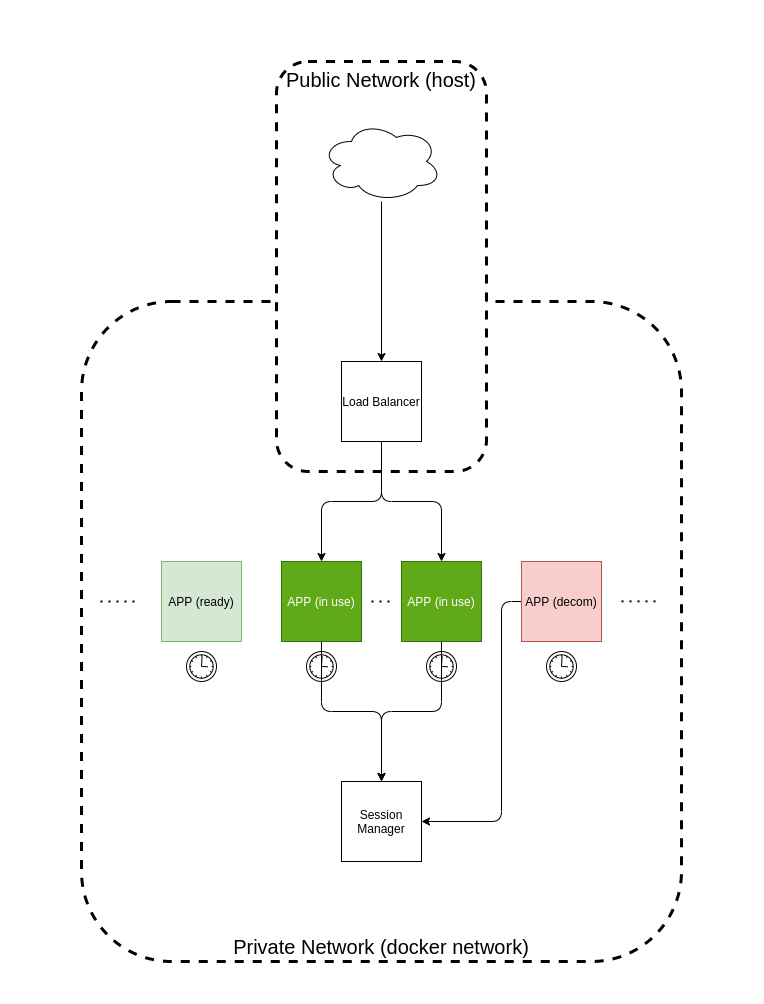
This is doc/system.png from matkob/mtd, a draw.io export, as it was before one commit. Source tidied: cells renumbered, new cells last; positions are measured from the earlier drawing's top-left corner, leaving out a move shared by most shapes. Source of this version:
```xml
<mxGraphModel>
  <root>
    <mxCell id="0" />
    <mxCell id="1" parent="0" />
    <mxCell id="2" value="Private Network (docker network)" style="rounded=1;whiteSpace=wrap;html=1;verticalAlign=bottom;fontSize=20;dashed=1;strokeWidth=3;" parent="1" vertex="1">
      <mxGeometry x="80" y="300" width="600" height="660" as="geometry" />
    </mxCell>
    <mxCell id="3" value="Public Network (host)" style="rounded=1;whiteSpace=wrap;html=1;fontSize=20;dashed=1;strokeWidth=3;verticalAlign=top;" parent="1" vertex="1">
      <mxGeometry x="275" y="60" width="210" height="410" as="geometry" />
    </mxCell>
    <mxCell id="4" style="shape=mxgraph.bpmn.shape;html=1;verticalLabelPosition=bottom;labelBackgroundColor=#ffffff;verticalAlign=top;align=center;perimeter=ellipsePerimeter;outline=eventInt;symbol=timer;" parent="1" vertex="1">
      <mxGeometry x="185" y="650" width="30" height="30" as="geometry" />
    </mxCell>
    <mxCell id="5" value="APP (ready)" style="rounded=0;whiteSpace=wrap;html=1;fillColor=#d5e8d4;strokeColor=#82b366;" parent="1" vertex="1">
      <mxGeometry x="160" y="560" width="80" height="80" as="geometry" />
    </mxCell>
    <mxCell id="6" style="shape=mxgraph.bpmn.shape;html=1;verticalLabelPosition=bottom;labelBackgroundColor=#ffffff;verticalAlign=top;align=center;perimeter=ellipsePerimeter;outline=eventInt;symbol=timer;" parent="1" vertex="1">
      <mxGeometry x="305" y="650" width="30" height="30" as="geometry" />
    </mxCell>
    <mxCell id="7" style="edgeStyle=orthogonalEdgeStyle;rounded=1;jettySize=auto;html=1;entryX=0.5;entryY=0;entryDx=0;entryDy=0;fontSize=20;" parent="1" edge="1" source="8" target="20">
      <mxGeometry relative="1" as="geometry" />
    </mxCell>
    <mxCell id="8" value="APP (in use)" style="rounded=0;whiteSpace=wrap;html=1;fillColor=#60a917;strokeColor=#2D7600;fontColor=#ffffff;" parent="1" vertex="1">
      <mxGeometry x="280" y="560" width="80" height="80" as="geometry" />
    </mxCell>
    <mxCell id="9" style="shape=mxgraph.bpmn.shape;html=1;verticalLabelPosition=bottom;labelBackgroundColor=#ffffff;verticalAlign=top;align=center;perimeter=ellipsePerimeter;outline=eventInt;symbol=timer;" parent="1" vertex="1">
      <mxGeometry x="425" y="650" width="30" height="30" as="geometry" />
    </mxCell>
    <mxCell id="10" style="edgeStyle=orthogonalEdgeStyle;rounded=1;jettySize=auto;html=1;entryX=0.5;entryY=0;entryDx=0;entryDy=0;fontSize=20;" parent="1" edge="1" source="11" target="20">
      <mxGeometry relative="1" as="geometry" />
    </mxCell>
    <mxCell id="11" value="APP (in use)" style="rounded=0;whiteSpace=wrap;html=1;fillColor=#60a917;strokeColor=#2D7600;fontColor=#ffffff;" parent="1" vertex="1">
      <mxGeometry x="400" y="560" width="80" height="80" as="geometry" />
    </mxCell>
    <mxCell id="12" style="shape=mxgraph.bpmn.shape;html=1;verticalLabelPosition=bottom;labelBackgroundColor=#ffffff;verticalAlign=top;align=center;perimeter=ellipsePerimeter;outline=eventInt;symbol=timer;" parent="1" vertex="1">
      <mxGeometry x="545" y="650" width="30" height="30" as="geometry" />
    </mxCell>
    <mxCell id="13" style="edgeStyle=orthogonalEdgeStyle;rounded=1;jettySize=auto;html=1;entryX=1;entryY=0.5;entryDx=0;entryDy=0;fontSize=20;" parent="1" edge="1" source="14" target="20">
      <mxGeometry relative="1" as="geometry">
        <Array as="points">
          <mxPoint x="500" y="600" />
          <mxPoint x="500" y="820" />
        </Array>
      </mxGeometry>
    </mxCell>
    <mxCell id="14" value="APP (decom)" style="rounded=0;whiteSpace=wrap;html=1;fillColor=#f8cecc;strokeColor=#b85450;" parent="1" vertex="1">
      <mxGeometry x="520" y="560" width="80" height="80" as="geometry" />
    </mxCell>
    <mxCell id="15" style="edgeStyle=orthogonalEdgeStyle;rounded=1;jettySize=auto;html=1;entryX=0.5;entryY=0;entryDx=0;entryDy=0;" parent="1" edge="1" source="17" target="8">
      <mxGeometry relative="1" as="geometry" />
    </mxCell>
    <mxCell id="16" style="edgeStyle=orthogonalEdgeStyle;rounded=1;jettySize=auto;html=1;" parent="1" edge="1" source="17" target="11">
      <mxGeometry relative="1" as="geometry" />
    </mxCell>
    <mxCell id="17" value="Load Balancer" style="rounded=0;whiteSpace=wrap;html=1;" parent="1" vertex="1">
      <mxGeometry x="340" y="360" width="80" height="80" as="geometry" />
    </mxCell>
    <mxCell id="18" style="edgeStyle=orthogonalEdgeStyle;rounded=1;jettySize=auto;html=1;entryX=0.5;entryY=0;entryDx=0;entryDy=0;fontSize=20;" parent="1" edge="1" source="19" target="17">
      <mxGeometry relative="1" as="geometry" />
    </mxCell>
    <mxCell id="19" style="ellipse;shape=cloud;whiteSpace=wrap;html=1;fontSize=20;" parent="1" vertex="1">
      <mxGeometry x="320" y="120" width="120" height="80" as="geometry" />
    </mxCell>
    <mxCell id="20" value="Session Manager" style="rounded=0;whiteSpace=wrap;html=1;" parent="1" vertex="1">
      <mxGeometry x="340" y="780" width="80" height="80" as="geometry" />
    </mxCell>
    <mxCell id="21" style="endArrow=none;dashed=1;html=1;dashPattern=1 3;strokeWidth=2;fontSize=20;" parent="1" edge="1">
      <mxGeometry relative="1" as="geometry">
        <mxPoint x="99" y="600" as="sourcePoint" />
        <mxPoint x="139" y="600" as="targetPoint" />
        <Array as="points">
          <mxPoint x="120" y="600" />
        </Array>
      </mxGeometry>
    </mxCell>
    <mxCell id="22" style="endArrow=none;dashed=1;html=1;dashPattern=1 3;strokeWidth=2;fontSize=20;" parent="1" edge="1">
      <mxGeometry relative="1" as="geometry">
        <mxPoint x="620" y="599.9" as="sourcePoint" />
        <mxPoint x="660" y="599.9" as="targetPoint" />
      </mxGeometry>
    </mxCell>
    <mxCell id="23" style="endArrow=none;dashed=1;html=1;dashPattern=1 3;strokeWidth=2;fontSize=20;" parent="1" edge="1">
      <mxGeometry relative="1" as="geometry">
        <mxPoint x="370" y="600" as="sourcePoint" />
        <mxPoint x="390" y="600" as="targetPoint" />
      </mxGeometry>
    </mxCell>
    <mxCell id="24" style="endArrow=none;html=1;strokeColor=#FFFFFF;strokeWidth=3;" parent="1" edge="1">
      <mxGeometry relative="1" as="geometry">
        <mxPoint y="1000" as="sourcePoint" />
        <mxPoint x="760" y="1000" as="targetPoint" />
      </mxGeometry>
    </mxCell>
    <mxCell id="25" style="endArrow=none;html=1;strokeColor=#FFFFFF;strokeWidth=3;" parent="1" edge="1">
      <mxGeometry relative="1" as="geometry">
        <mxPoint x="760" as="sourcePoint" />
        <mxPoint x="760" y="1000" as="targetPoint" />
      </mxGeometry>
    </mxCell>
  </root>
</mxGraphModel>
```
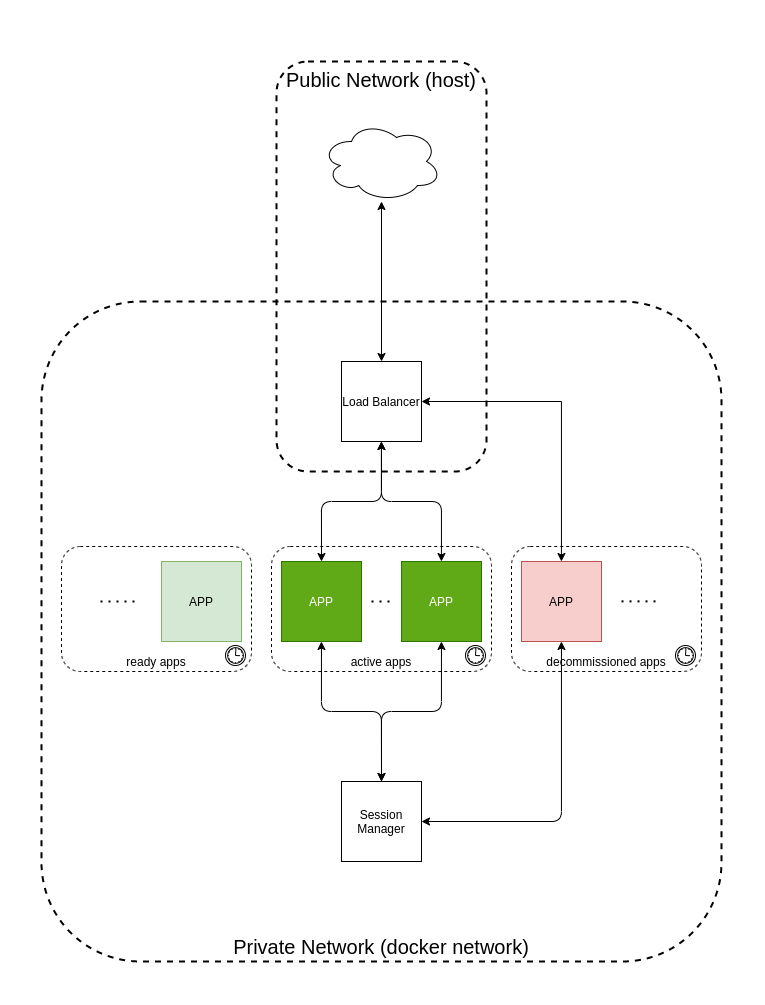
Later version of the same file.

The edit, as a diff of the source:
```diff
@@ -2,60 +2,66 @@
   <root>
     <mxCell id="0" />
     <mxCell id="1" parent="0" />
+    <mxCell id="26" value="ready apps" style="rounded=1;whiteSpace=wrap;html=1;strokeWidth=1;fillColor=none;dashed=1;verticalAlign=bottom;" parent="1" vertex="1">
+      <mxGeometry x="60" y="545" width="190" height="125" as="geometry" />
+    </mxCell>
-    <mxCell id="2" value="Private Network (docker network)" style="rounded=1;whiteSpace=wrap;html=1;verticalAlign=bottom;fontSize=20;dashed=1;strokeWidth=3;" parent="1" vertex="1">
-      <mxGeometry x="80" y="300" width="600" height="660" as="geometry" />
+    <mxCell id="2" value="Private Network (docker network)" style="rounded=1;whiteSpace=wrap;html=1;verticalAlign=bottom;fontSize=20;dashed=1;strokeWidth=2;fillColor=none;" parent="1" vertex="1">
+      <mxGeometry x="40" y="300" width="680" height="660" as="geometry" />
     </mxCell>
+    <mxCell id="27" value="decommissioned apps" style="rounded=1;whiteSpace=wrap;html=1;strokeWidth=1;fillColor=none;dashed=1;verticalAlign=bottom;" parent="1" vertex="1">
+      <mxGeometry x="510" y="545" width="190" height="125" as="geometry" />
+    </mxCell>
+    <mxCell id="28" value="active apps" style="rounded=1;whiteSpace=wrap;html=1;strokeWidth=1;fillColor=none;dashed=1;verticalAlign=bottom;" parent="1" vertex="1">
+      <mxGeometry x="270" y="545" width="220" height="125" as="geometry" />
+    </mxCell>
+    <mxCell id="5" value="APP" style="rounded=0;whiteSpace=wrap;html=1;fillColor=#d5e8d4;strokeColor=#82b366;" parent="1" vertex="1">
+      <mxGeometry x="160" y="560" width="80" height="80" as="geometry" />
+    </mxCell>
-    <mxCell id="3" value="Public Network (host)" style="rounded=1;whiteSpace=wrap;html=1;fontSize=20;dashed=1;strokeWidth=3;verticalAlign=top;" parent="1" vertex="1">
+    <mxCell id="3" value="Public Network (host)" style="rounded=1;whiteSpace=wrap;html=1;fontSize=20;dashed=1;strokeWidth=2;verticalAlign=top;fillColor=none;" parent="1" vertex="1">
       <mxGeometry x="275" y="60" width="210" height="410" as="geometry" />
     </mxCell>
     <mxCell id="4" style="shape=mxgraph.bpmn.shape;html=1;verticalLabelPosition=bottom;labelBackgroundColor=#ffffff;verticalAlign=top;align=center;perimeter=ellipsePerimeter;outline=eventInt;symbol=timer;" parent="1" vertex="1">
-      <mxGeometry x="185" y="650" width="30" height="30" as="geometry" />
+      <mxGeometry x="224" y="644" width="20" height="20" as="geometry" />
     </mxCell>
-    <mxCell id="5" value="APP (ready)" style="rounded=0;whiteSpace=wrap;html=1;fillColor=#d5e8d4;strokeColor=#82b366;" parent="1" vertex="1">
-      <mxGeometry x="160" y="560" width="80" height="80" as="geometry" />
-    </mxCell>
-    <mxCell id="6" style="shape=mxgraph.bpmn.shape;html=1;verticalLabelPosition=bottom;labelBackgroundColor=#ffffff;verticalAlign=top;align=center;perimeter=ellipsePerimeter;outline=eventInt;symbol=timer;" parent="1" vertex="1">
-      <mxGeometry x="305" y="650" width="30" height="30" as="geometry" />
-    </mxCell>
-    <mxCell id="7" style="edgeStyle=orthogonalEdgeStyle;rounded=1;jettySize=auto;html=1;entryX=0.5;entryY=0;entryDx=0;entryDy=0;fontSize=20;" parent="1" edge="1" source="8" target="20">
+    <mxCell id="7" style="edgeStyle=orthogonalEdgeStyle;rounded=1;jettySize=auto;html=1;entryX=0.5;entryY=0;entryDx=0;entryDy=0;fontSize=20;startArrow=classic;startFill=1;" parent="1" edge="1" source="8" target="20">
       <mxGeometry relative="1" as="geometry" />
     </mxCell>
-    <mxCell id="8" value="APP (in use)" style="rounded=0;whiteSpace=wrap;html=1;fillColor=#60a917;strokeColor=#2D7600;fontColor=#ffffff;" parent="1" vertex="1">
+    <mxCell id="8" value="APP" style="rounded=0;whiteSpace=wrap;html=1;fillColor=#60a917;strokeColor=#2D7600;fontColor=#ffffff;" parent="1" vertex="1">
       <mxGeometry x="280" y="560" width="80" height="80" as="geometry" />
     </mxCell>
-    <mxCell id="9" style="shape=mxgraph.bpmn.shape;html=1;verticalLabelPosition=bottom;labelBackgroundColor=#ffffff;verticalAlign=top;align=center;perimeter=ellipsePerimeter;outline=eventInt;symbol=timer;" parent="1" vertex="1">
-      <mxGeometry x="425" y="650" width="30" height="30" as="geometry" />
-    </mxCell>
-    <mxCell id="10" style="edgeStyle=orthogonalEdgeStyle;rounded=1;jettySize=auto;html=1;entryX=0.5;entryY=0;entryDx=0;entryDy=0;fontSize=20;" parent="1" edge="1" source="11" target="20">
+    <mxCell id="10" style="edgeStyle=orthogonalEdgeStyle;rounded=1;jettySize=auto;html=1;entryX=0.5;entryY=0;entryDx=0;entryDy=0;fontSize=20;startArrow=classic;startFill=1;" parent="1" edge="1" source="11" target="20">
       <mxGeometry relative="1" as="geometry" />
     </mxCell>
-    <mxCell id="11" value="APP (in use)" style="rounded=0;whiteSpace=wrap;html=1;fillColor=#60a917;strokeColor=#2D7600;fontColor=#ffffff;" parent="1" vertex="1">
+    <mxCell id="11" value="APP" style="rounded=0;whiteSpace=wrap;html=1;fillColor=#60a917;strokeColor=#2D7600;fontColor=#ffffff;" parent="1" vertex="1">
       <mxGeometry x="400" y="560" width="80" height="80" as="geometry" />
     </mxCell>
-    <mxCell id="12" style="shape=mxgraph.bpmn.shape;html=1;verticalLabelPosition=bottom;labelBackgroundColor=#ffffff;verticalAlign=top;align=center;perimeter=ellipsePerimeter;outline=eventInt;symbol=timer;" parent="1" vertex="1">
-      <mxGeometry x="545" y="650" width="30" height="30" as="geometry" />
-    </mxCell>
-    <mxCell id="13" style="edgeStyle=orthogonalEdgeStyle;rounded=1;jettySize=auto;html=1;entryX=1;entryY=0.5;entryDx=0;entryDy=0;fontSize=20;" parent="1" edge="1" source="14" target="20">
+    <mxCell id="13" style="edgeStyle=orthogonalEdgeStyle;rounded=1;jettySize=auto;html=1;entryX=1;entryY=0.5;entryDx=0;entryDy=0;fontSize=20;startArrow=classic;startFill=1;" parent="1" edge="1" source="14" target="20">
       <mxGeometry relative="1" as="geometry">
         <Array as="points">
-          <mxPoint x="500" y="600" />
-          <mxPoint x="500" y="820" />
+          <mxPoint x="560" y="820" />
         </Array>
       </mxGeometry>
     </mxCell>
+    <mxCell id="29" style="edgeStyle=orthogonalEdgeStyle;rounded=0;jettySize=auto;html=1;entryX=1;entryY=0.5;entryDx=0;entryDy=0;startArrow=classic;startFill=1;" parent="1" edge="1" source="14" target="17">
+      <mxGeometry relative="1" as="geometry">
+        <Array as="points">
+          <mxPoint x="560" y="400" />
+        </Array>
+      </mxGeometry>
+    </mxCell>
-    <mxCell id="14" value="APP (decom)" style="rounded=0;whiteSpace=wrap;html=1;fillColor=#f8cecc;strokeColor=#b85450;" parent="1" vertex="1">
+    <mxCell id="14" value="APP" style="rounded=0;whiteSpace=wrap;html=1;fillColor=#f8cecc;strokeColor=#b85450;" parent="1" vertex="1">
       <mxGeometry x="520" y="560" width="80" height="80" as="geometry" />
     </mxCell>
-    <mxCell id="15" style="edgeStyle=orthogonalEdgeStyle;rounded=1;jettySize=auto;html=1;entryX=0.5;entryY=0;entryDx=0;entryDy=0;" parent="1" edge="1" source="17" target="8">
+    <mxCell id="15" style="edgeStyle=orthogonalEdgeStyle;rounded=1;jettySize=auto;html=1;entryX=0.5;entryY=0;entryDx=0;entryDy=0;startArrow=classic;startFill=1;" parent="1" edge="1" source="17" target="8">
       <mxGeometry relative="1" as="geometry" />
     </mxCell>
-    <mxCell id="16" style="edgeStyle=orthogonalEdgeStyle;rounded=1;jettySize=auto;html=1;" parent="1" edge="1" source="17" target="11">
+    <mxCell id="16" style="edgeStyle=orthogonalEdgeStyle;rounded=1;jettySize=auto;html=1;startArrow=classic;startFill=1;" parent="1" edge="1" source="17" target="11">
       <mxGeometry relative="1" as="geometry" />
     </mxCell>
     <mxCell id="17" value="Load Balancer" style="rounded=0;whiteSpace=wrap;html=1;" parent="1" vertex="1">
       <mxGeometry x="340" y="360" width="80" height="80" as="geometry" />
     </mxCell>
-    <mxCell id="18" style="edgeStyle=orthogonalEdgeStyle;rounded=1;jettySize=auto;html=1;entryX=0.5;entryY=0;entryDx=0;entryDy=0;fontSize=20;" parent="1" edge="1" source="19" target="17">
+    <mxCell id="18" style="edgeStyle=orthogonalEdgeStyle;rounded=1;jettySize=auto;html=1;entryX=0.5;entryY=0;entryDx=0;entryDy=0;fontSize=20;startArrow=classic;startFill=1;" parent="1" edge="1" source="19" target="17">
       <mxGeometry relative="1" as="geometry" />
     </mxCell>
     <mxCell id="19" style="ellipse;shape=cloud;whiteSpace=wrap;html=1;fontSize=20;" parent="1" vertex="1">
@@ -97,5 +103,11 @@
         <mxPoint x="760" y="1000" as="targetPoint" />
       </mxGeometry>
     </mxCell>
+    <mxCell id="30" style="shape=mxgraph.bpmn.shape;html=1;verticalLabelPosition=bottom;labelBackgroundColor=#ffffff;verticalAlign=top;align=center;perimeter=ellipsePerimeter;outline=eventInt;symbol=timer;" parent="1" vertex="1">
+      <mxGeometry x="464" y="644" width="20" height="20" as="geometry" />
+    </mxCell>
+    <mxCell id="31" style="shape=mxgraph.bpmn.shape;html=1;verticalLabelPosition=bottom;labelBackgroundColor=#ffffff;verticalAlign=top;align=center;perimeter=ellipsePerimeter;outline=eventInt;symbol=timer;" parent="1" vertex="1">
+      <mxGeometry x="674" y="644" width="20" height="20" as="geometry" />
+    </mxCell>
   </root>
 </mxGraphModel>
```
